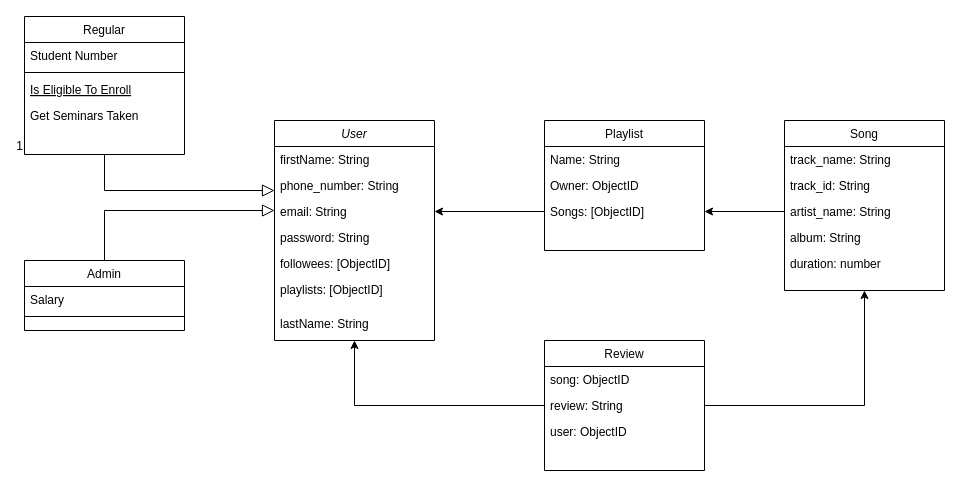
This is design.drawio from phamlo123/music-app-node, a draw.io file, before an edit. Source tidied: cells renumbered, new cells numbered last; positions are measured from the earlier drawing's top-left corner, leaving out a move shared by most shapes. Both pictures are drawn from the tidied source at 100%, with x=0, y=0 at pixel (24, 16).
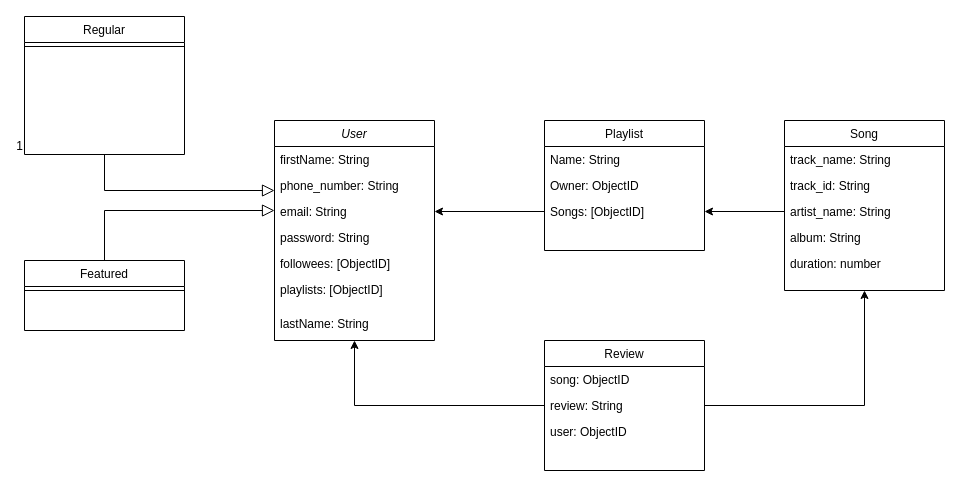
Above is the later version.

The change refers to these unchanged cells:
```xml
<mxCell id="10" value="Regular" style="swimlane;fontStyle=0;align=center;verticalAlign=top;horizontal=1;startSize=26;rounded=0;shadow=0;strokeWidth=1;" parent="1" vertex="1">
  <mxGeometry width="160" height="138" as="geometry" />
</mxCell>
```

Change to the diagram source:
```diff
@@
-    <mxCell id="11" value="Student Number" style="text;align=left;verticalAlign=top;spacingLeft=4;spacingRight=4;overflow=hidden;" parent="10" vertex="1">
-      <mxGeometry y="26" width="160" height="26" as="geometry" />
-    </mxCell>
     <mxCell id="12" style="line;html=1;strokeWidth=1;align=left;verticalAlign=middle;spacingTop=-1;spacingLeft=3;spacingRight=3;labelPosition=right;" parent="10" vertex="1">
-      <mxGeometry y="52" width="160" height="8" as="geometry" />
+      <mxGeometry y="26" width="160" height="8" as="geometry" />
     </mxCell>
-    <mxCell id="13" value="Is Eligible To Enroll" style="text;align=left;verticalAlign=top;spacingLeft=4;spacingRight=4;overflow=hidden;fontStyle=4;" parent="10" vertex="1">
-      <mxGeometry y="60" width="160" height="26" as="geometry" />
-    </mxCell>
-    <mxCell id="14" value="Get Seminars Taken" style="text;align=left;verticalAlign=top;spacingLeft=4;spacingRight=4;overflow=hidden;" parent="10" vertex="1">
-      <mxGeometry y="86" width="160" height="26" as="geometry" />
-    </mxCell>
@@
-    <mxCell id="16" value="Admin" style="swimlane;fontStyle=0;align=center;verticalAlign=top;horizontal=1;startSize=26;rounded=0;shadow=0;strokeWidth=1;" parent="1" vertex="1">
+    <mxCell id="16" value="Featured" style="swimlane;fontStyle=0;align=center;verticalAlign=top;horizontal=1;startSize=26;rounded=0;shadow=0;strokeWidth=1;" parent="1" vertex="1">
       <mxGeometry y="244" width="160" height="70" as="geometry" />
     </mxCell>
-    <mxCell id="17" value="Salary" style="text;align=left;verticalAlign=top;spacingLeft=4;spacingRight=4;overflow=hidden;" parent="16" vertex="1">
-      <mxGeometry y="26" width="160" height="26" as="geometry" />
-    </mxCell>
     <mxCell id="18" style="line;html=1;strokeWidth=1;align=left;verticalAlign=middle;spacingTop=-1;spacingLeft=3;spacingRight=3;labelPosition=right;" parent="16" vertex="1">
-      <mxGeometry y="52" width="160" height="8" as="geometry" />
+      <mxGeometry y="26" width="160" height="8" as="geometry" />
     </mxCell>
```
